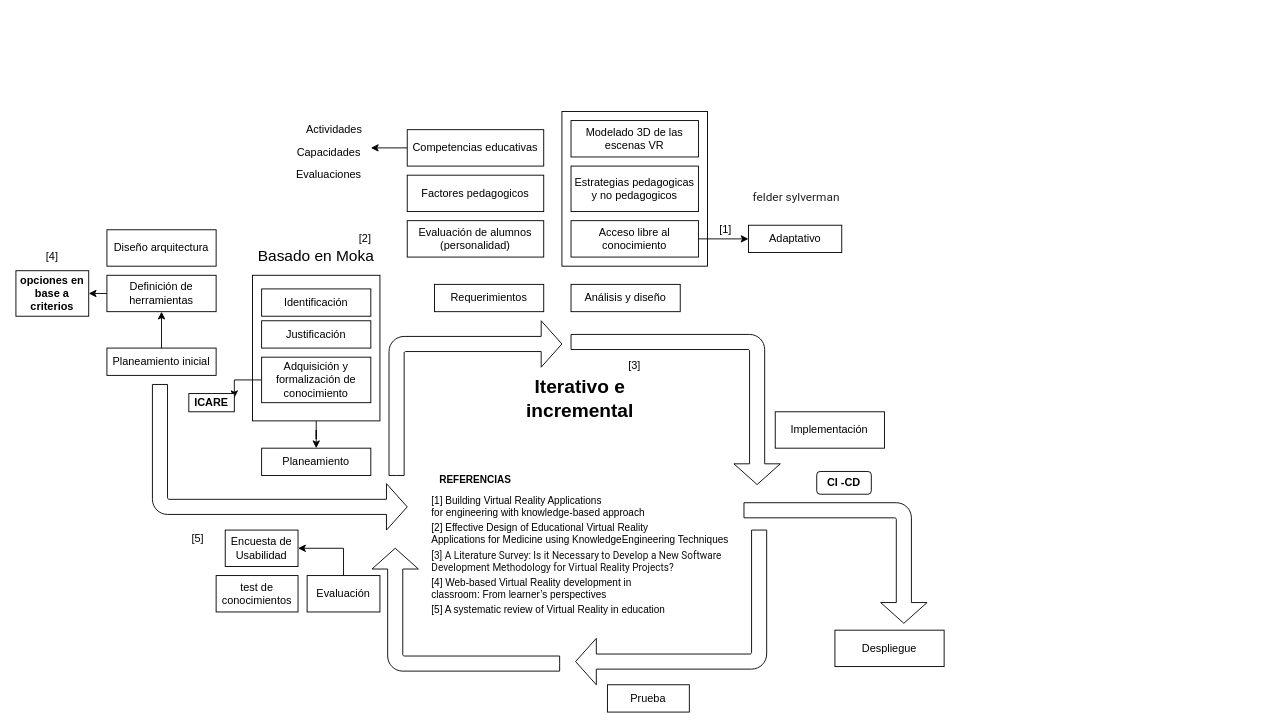
Above: Untitled Diagram.drawio in AlexisHolyoak/academy (draw.io), before the change. Source tidied: cells renumbered, new cells numbered last; positions are measured from the earlier drawing's top-left corner, leaving out a move shared by most shapes. Both pictures are drawn from the tidied source at 91%, with x=0, y=0 at pixel (15, 111).
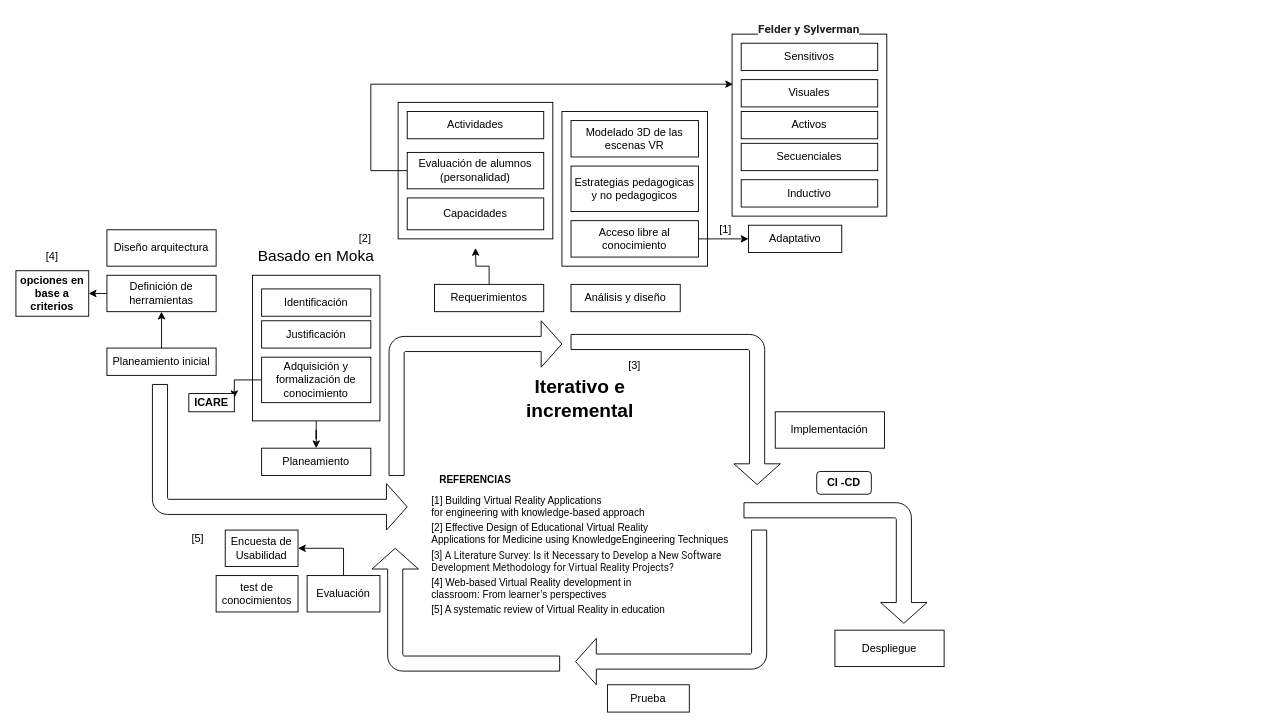
The same page after the edit.

The change refers to these unchanged cells:
```xml
<mxCell id="11" value="Requerimientos" style="rounded=0;whiteSpace=wrap;html=1;" parent="1" vertex="1">
  <mxGeometry x="460" y="190" width="120" height="30" as="geometry" />
</mxCell>
```

What changed in the source:
```diff
@@
+    <mxCell id="59" style="rounded=0;whiteSpace=wrap;html=1;" parent="1" vertex="1">
+      <mxGeometry x="787" y="-85" width="170" height="200" as="geometry" />
+    </mxCell>
+    <mxCell id="60" style="rounded=0;whiteSpace=wrap;html=1;" parent="1" vertex="1">
+      <mxGeometry x="420" y="-10" width="170" height="150" as="geometry" />
+    </mxCell>
@@
+    <mxCell id="61" style="edgeStyle=orthogonalEdgeStyle;rounded=0;jettySize=auto;html=1;exitX=0.5;exitY=0;exitDx=0;exitDy=0;entryX=0.5;entryY=1;entryDx=0;entryDy=0;" parent="1" edge="1" source="11">
+      <mxGeometry relative="1" as="geometry">
+        <mxPoint x="505" y="150" as="targetPoint" />
+      </mxGeometry>
+    </mxCell>
@@
-    <mxCell id="50" value="Factores pedagogicos" style="rounded=0;whiteSpace=wrap;html=1;" parent="1" vertex="1">
-      <mxGeometry x="430" y="70" width="150" height="40" as="geometry" />
-    </mxCell>
-    <mxCell id="51" style="edgeStyle=orthogonalEdgeStyle;rounded=0;jettySize=auto;html=1;exitX=0;exitY=0.5;exitDx=0;exitDy=0;" parent="1" edge="1" source="52">
-      <mxGeometry relative="1" as="geometry">
-        <mxPoint x="390" y="40" as="targetPoint" />
-      </mxGeometry>
-    </mxCell>
-    <mxCell id="52" value="Competencias educativas" style="rounded=0;whiteSpace=wrap;html=1;" parent="1" vertex="1">
-      <mxGeometry x="430" y="20" width="150" height="40" as="geometry" />
-    </mxCell>
+    <mxCell id="56" value="Adaptativo" style="rounded=0;whiteSpace=wrap;html=1;" parent="1" vertex="1">
+      <mxGeometry x="805" y="125" width="102.5" height="30" as="geometry" />
+    </mxCell>
+    <mxCell id="62" style="edgeStyle=orthogonalEdgeStyle;rounded=0;jettySize=auto;html=1;exitX=0;exitY=0.5;exitDx=0;exitDy=0;" parent="1" edge="1" source="57">
+      <mxGeometry relative="1" as="geometry">
+        <mxPoint x="788" y="-30" as="targetPoint" />
+        <Array as="points">
+          <mxPoint x="390" y="65" />
+          <mxPoint x="390" y="-30" />
+          <mxPoint x="788" y="-30" />
+        </Array>
+      </mxGeometry>
+    </mxCell>
+    <mxCell id="57" value="Evaluación de alumnos (personalidad)" style="rounded=0;whiteSpace=wrap;html=1;" parent="1" vertex="1">
+      <mxGeometry x="430" y="45" width="150" height="40" as="geometry" />
+    </mxCell>
+    <mxCell id="58" value="&lt;span style=&quot;color: rgb(32, 33, 36); font-family: roboto, arial, sans-serif; font-size: 13px; font-style: normal; letter-spacing: normal; text-align: left; text-indent: 0px; text-transform: none; word-spacing: 0px; background-color: rgb(255, 255, 255); display: inline; float: none;&quot;&gt;Felder y Sylverman&lt;/span&gt;" style="text;whiteSpace=wrap;html=1;fontStyle=1;" parent="1" vertex="1">
+      <mxGeometry x="814" y="-105" width="136" height="30" as="geometry" />
+    </mxCell>
-    <mxCell id="53" value="Actividades" style="text;html=1;strokeColor=none;fillColor=none;align=center;verticalAlign=middle;whiteSpace=wrap;rounded=0;" parent="1" vertex="1">
-      <mxGeometry x="330" y="10" width="40" height="20" as="geometry" />
+    <mxCell id="53" value="Actividades" style="rounded=0;whiteSpace=wrap;html=1;" parent="1" vertex="1">
+      <mxGeometry x="430" width="150" height="30" as="geometry" />
     </mxCell>
-    <mxCell id="54" value="Capacidades" style="text;html=1;strokeColor=none;fillColor=none;align=center;verticalAlign=middle;whiteSpace=wrap;rounded=0;" parent="1" vertex="1">
-      <mxGeometry x="324" y="35" width="40" height="20" as="geometry" />
+    <mxCell id="54" value="Capacidades" style="rounded=0;whiteSpace=wrap;html=1;" parent="1" vertex="1">
+      <mxGeometry x="430" y="95" width="150" height="35" as="geometry" />
     </mxCell>
-    <mxCell id="55" value="Evaluaciones" style="text;html=1;strokeColor=none;fillColor=none;align=center;verticalAlign=middle;whiteSpace=wrap;rounded=0;" parent="1" vertex="1">
-      <mxGeometry x="324" y="60" width="40" height="20" as="geometry" />
-    </mxCell>
-    <mxCell id="56" value="Adaptativo" style="rounded=0;whiteSpace=wrap;html=1;" parent="1" vertex="1">
-      <mxGeometry x="805" y="125" width="102.5" height="30" as="geometry" />
-    </mxCell>
-    <mxCell id="57" value="Evaluación de alumnos (personalidad)" style="rounded=0;whiteSpace=wrap;html=1;" parent="1" vertex="1">
-      <mxGeometry x="430" y="120" width="150" height="40" as="geometry" />
-    </mxCell>
-    <mxCell id="58" value="&lt;span style=&quot;color: rgb(32, 33, 36); font-family: roboto, arial, sans-serif; font-size: 13px; font-style: normal; font-weight: 400; letter-spacing: normal; text-align: left; text-indent: 0px; text-transform: none; word-spacing: 0px; background-color: rgb(255, 255, 255); display: inline; float: none;&quot;&gt;felder sylverman&lt;/span&gt;" style="text;whiteSpace=wrap;html=1;" parent="1" vertex="1">
-      <mxGeometry x="807.5" y="80" width="120" height="30" as="geometry" />
-    </mxCell>
+    <mxCell id="63" value="Visuales" style="rounded=0;whiteSpace=wrap;html=1;" parent="1" vertex="1">
+      <mxGeometry x="797" y="-35" width="150" height="30" as="geometry" />
+    </mxCell>
+    <mxCell id="64" value="Sensitivos" style="rounded=0;whiteSpace=wrap;html=1;" parent="1" vertex="1">
+      <mxGeometry x="797" y="-75" width="150" height="30" as="geometry" />
+    </mxCell>
+    <mxCell id="65" value="Activos" style="rounded=0;whiteSpace=wrap;html=1;" parent="1" vertex="1">
+      <mxGeometry x="797" width="150" height="30" as="geometry" />
+    </mxCell>
+    <mxCell id="66" value="Secuenciales" style="rounded=0;whiteSpace=wrap;html=1;" parent="1" vertex="1">
+      <mxGeometry x="797" y="35" width="150" height="30" as="geometry" />
+    </mxCell>
+    <mxCell id="67" value="Inductivo" style="rounded=0;whiteSpace=wrap;html=1;" parent="1" vertex="1">
+      <mxGeometry x="797" y="75" width="150" height="30" as="geometry" />
+    </mxCell>
```
